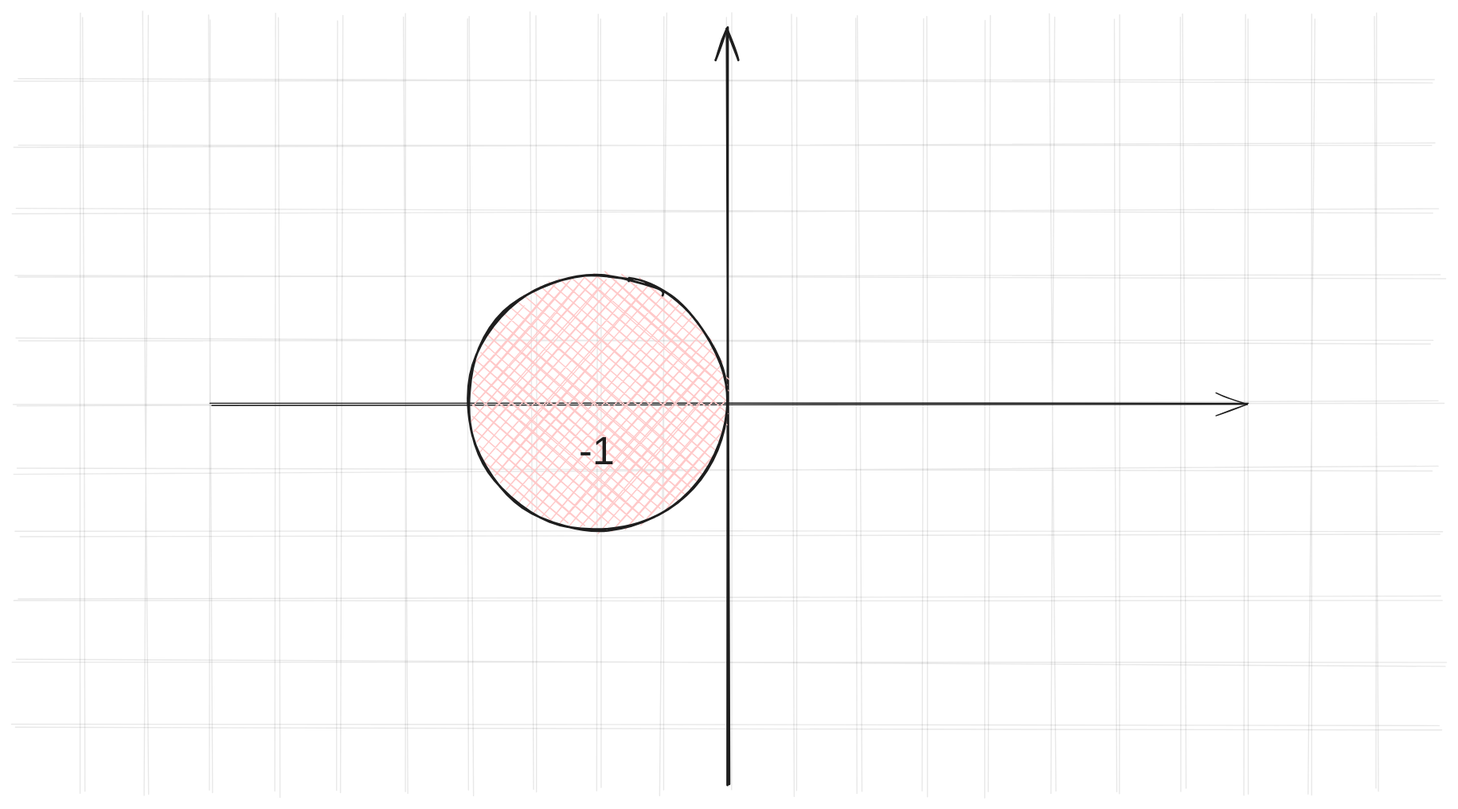
kozakromch/game_physics keeps this Excalidraw diagram as assets/pictures/numerical_method/stable_zone_forward.excalidraw.svg. Above is the earlier version. Source tidied: one line per element, renumbered; positions are measured from the earlier drawing's top-left corner, leaving out a move shared by most shapes.
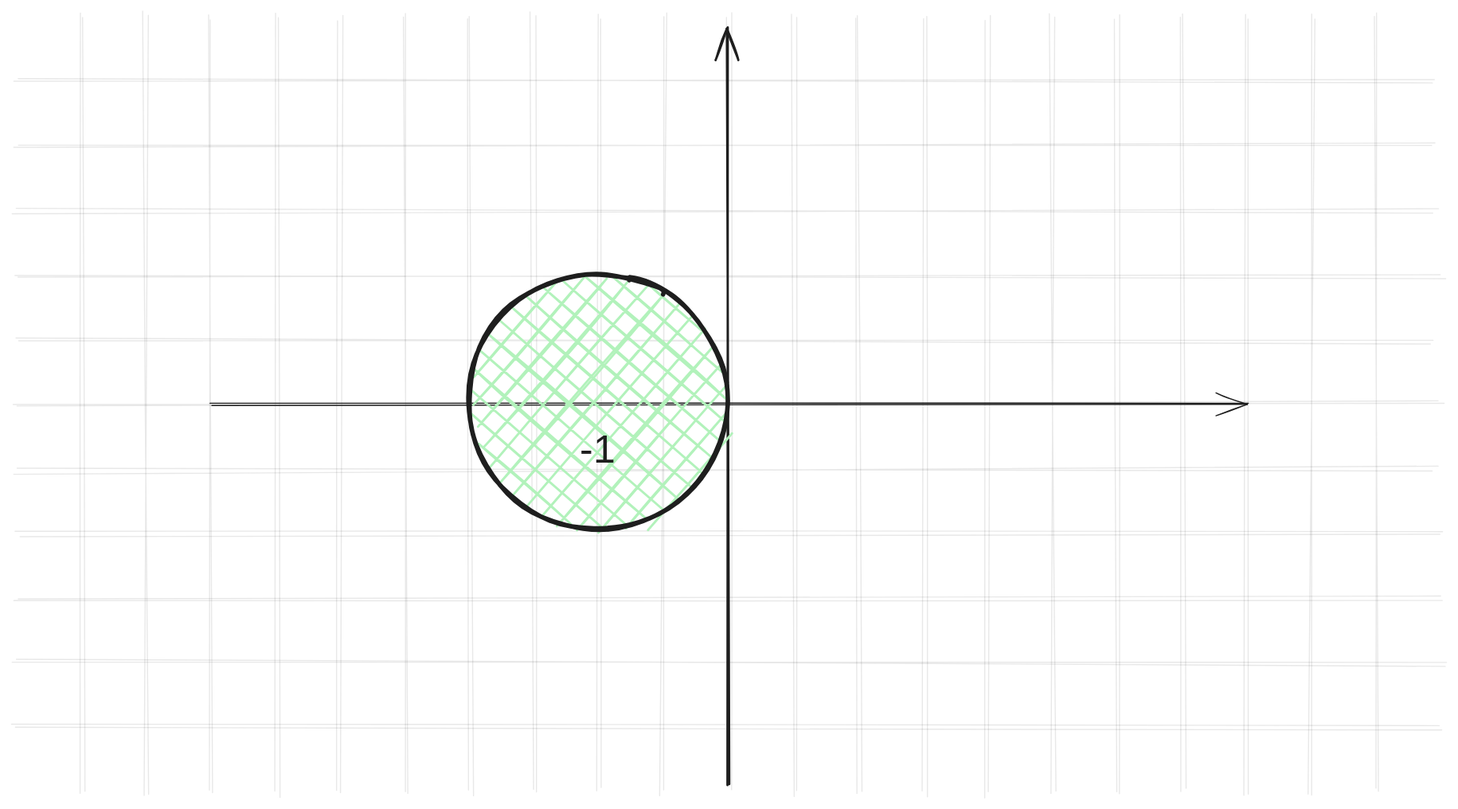
After the change.

What changed in the source:
```diff
@@ -32,5 +32,5 @@
 {"id": 31, "type": "line", "strokeColor": "#1e1e1e", "angle": 1.57, "strokeWidth": 1, "roughness": 2, "opacity": 10, "round": true, "x": 987, "y": 338, "width": 696, "height": 0, "points": [[0, 0], [696, 0]]}
 {"id": 32, "type": "arrow", "strokeColor": "#1e1e1e", "strokeWidth": 2, "roughness": 1, "endArrowhead": "arrow", "round": true, "x": 929, "y": 679, "width": 1, "height": 679, "points": [[0, 0], [-1, -679]]}
 {"id": 33, "type": "arrow", "strokeColor": "#1e1e1e", "strokeWidth": 1, "roughness": 1, "endArrowhead": "arrow", "round": true, "x": 465, "y": 338, "width": 930, "height": 0, "points": [[0, 0], [930, 0]]}
-{"id": 34, "type": "ellipse", "strokeColor": "#1e1e1e", "backgroundColor": "#ffc9c9", "fillStyle": "cross-hatch", "strokeWidth": 2, "roughness": 1, "round": true, "x": 695, "y": 221, "width": 232, "height": 229}
+{"id": 34, "type": "ellipse", "strokeColor": "#1e1e1e", "backgroundColor": "#b2f2bb", "fillStyle": "cross-hatch", "strokeWidth": 4, "roughness": 1, "round": true, "x": 696, "y": 220, "width": 232, "height": 229}
-{"id": 35, "type": "text", "text": "\n\n-1", "strokeColor": "#1e1e1e", "backgroundColor": "#ffc9c9", "fillStyle": "cross-hatch", "strokeWidth": 2, "roughness": 1, "fontSize": 36, "fontFamily": 1, "textAlign": "center", "verticalAlign": "middle", "inside": 34, "x": 799, "y": 268, "width": 25, "height": 135}
+{"id": 35, "type": "text", "text": "\n\n-1", "strokeColor": "#1e1e1e", "backgroundColor": "#ffc9c9", "fillStyle": "cross-hatch", "strokeWidth": 2, "roughness": 1, "fontSize": 36, "fontFamily": 1, "textAlign": "center", "verticalAlign": "middle", "inside": 34, "x": 799, "y": 267, "width": 25, "height": 135}
```
